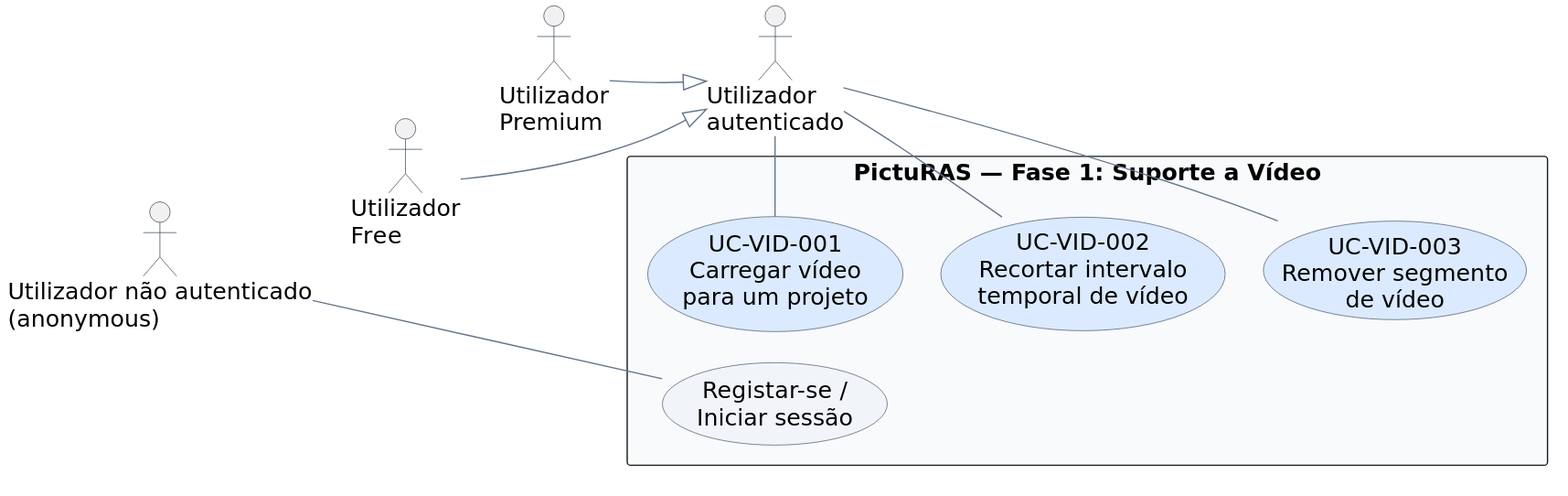
simaoaraujo27/picturas-27 keeps this PlantUML diagram as fase1/report/images/picturas_usecases_video.svg. Above is the earlier version.
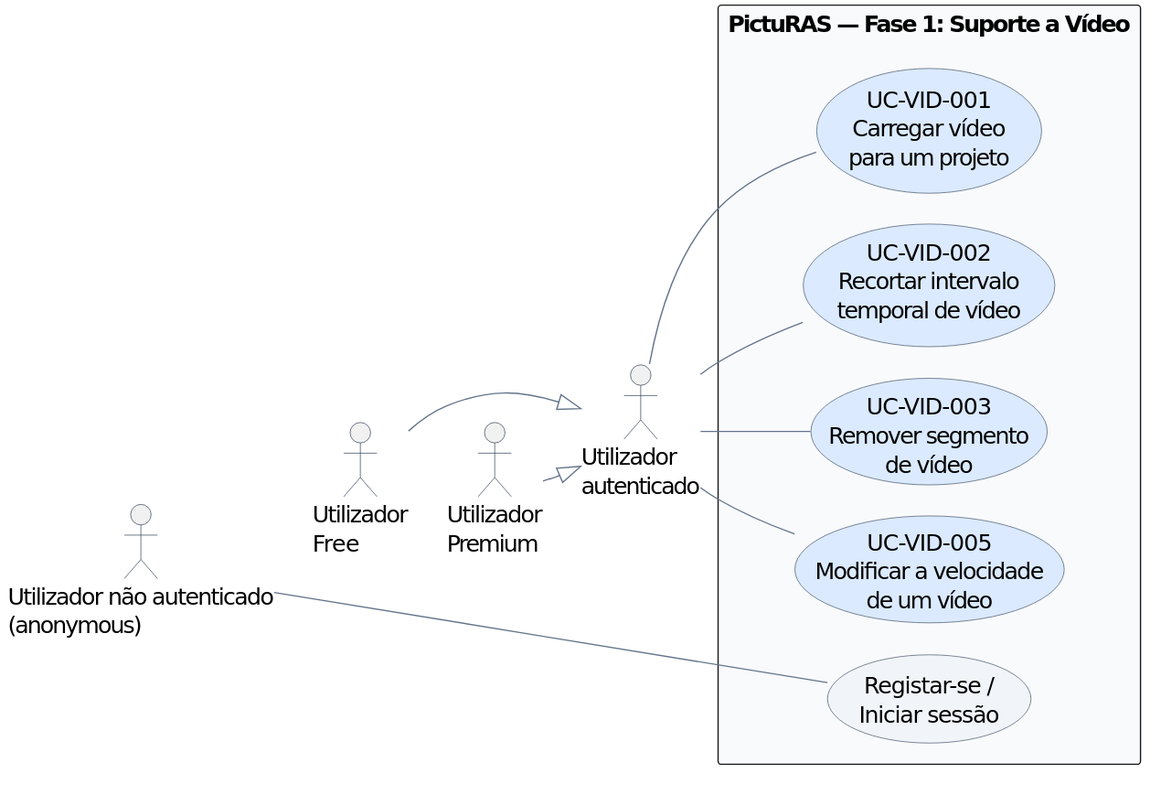
The same file after the commit.

Diff of the diagram source:
```diff
@@ -27,14 +27,17 @@
 rectangle "PictuRAS — Fase 1: Suporte a Vídeo" #F8FAFC {
   usecase "UC-VID-001\nCarregar vídeo\npara um projeto" as Upload #DBEAFE
   usecase "UC-VID-002\nRecortar intervalo\ntemporal de vídeo" as Trim #DBEAFE
-  Upload -[hidden]down- Trim
+  Upload -[hidden]left- Trim
   usecase "UC-VID-003\nRemover segmento\nde vídeo" as RemoveSegment #DBEAFE
-  Trim -[hidden]down- RemoveSegment
+  Trim -[hidden]left- RemoveSegment
+  usecase "UC-VID-005\nModificar a velocidade\nde um vídeo" as Speed #DBEAFE
+  RemoveSegment -[hidden]left- Speed
   usecase "Registar-se /\nIniciar sessão" as Access #F1F5F9
 }
 
-Anonymous -right- Access
-Auth -right- Upload
-Auth -right- Trim
-Auth -right- RemoveSegment
+Anonymous -down- Access
+Auth -down- Upload
+Auth -down- Trim
+Auth -down- RemoveSegment
+Auth -down- Speed
 @enduml
```
